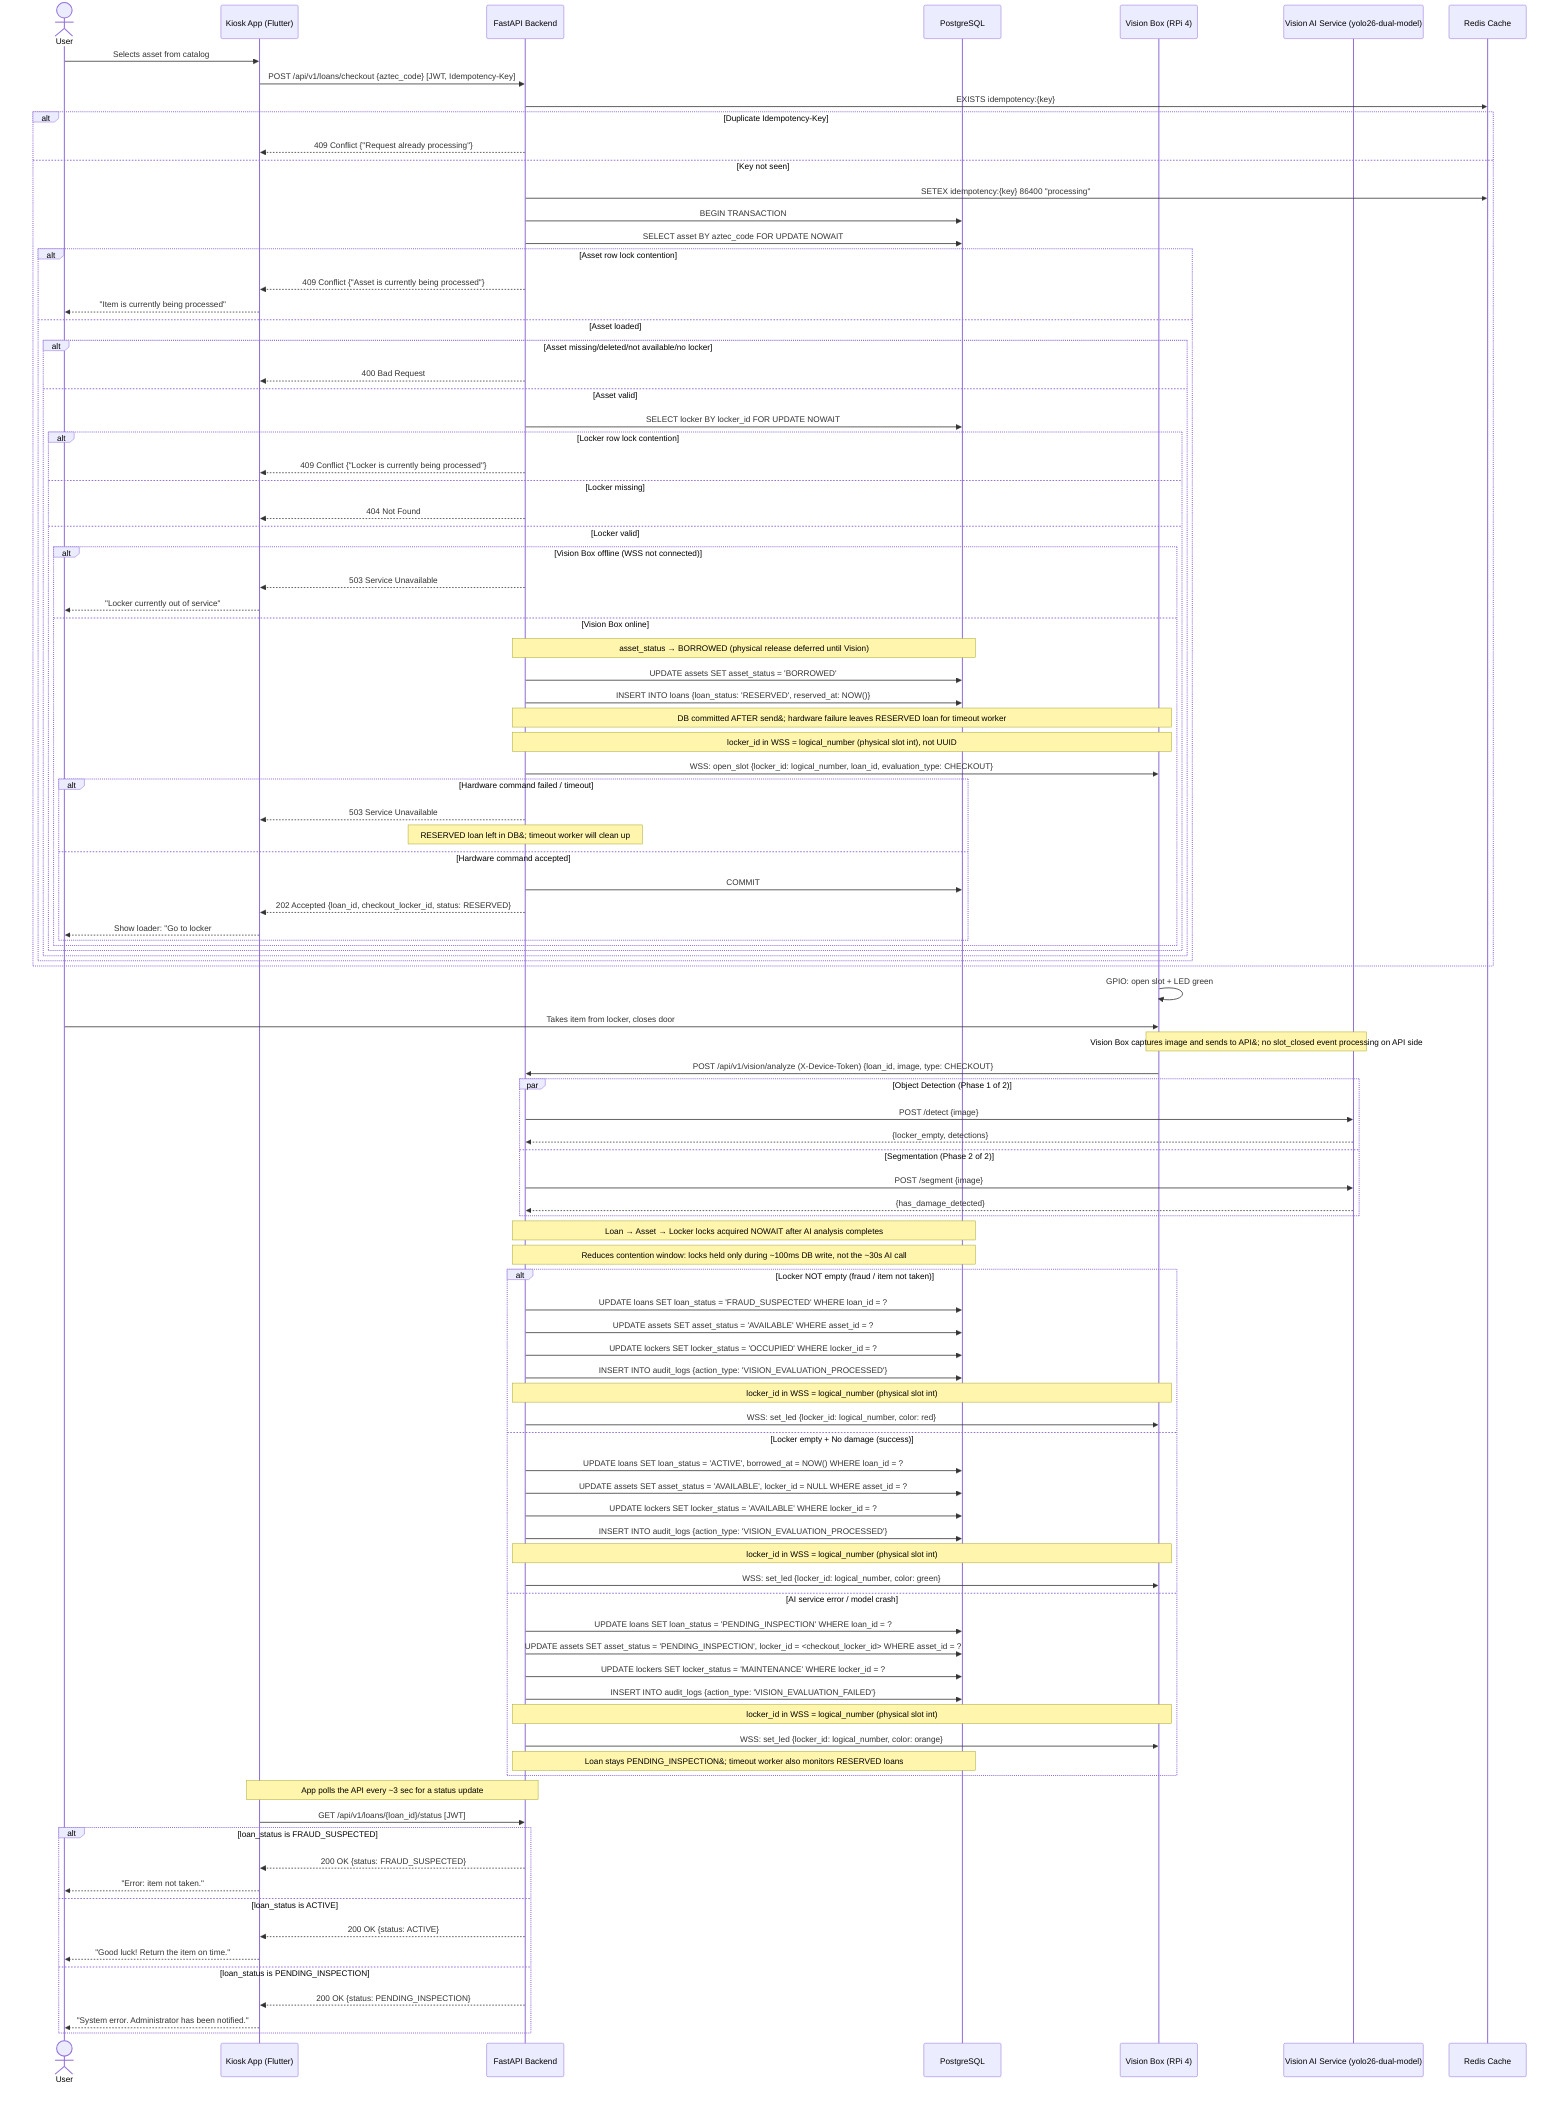
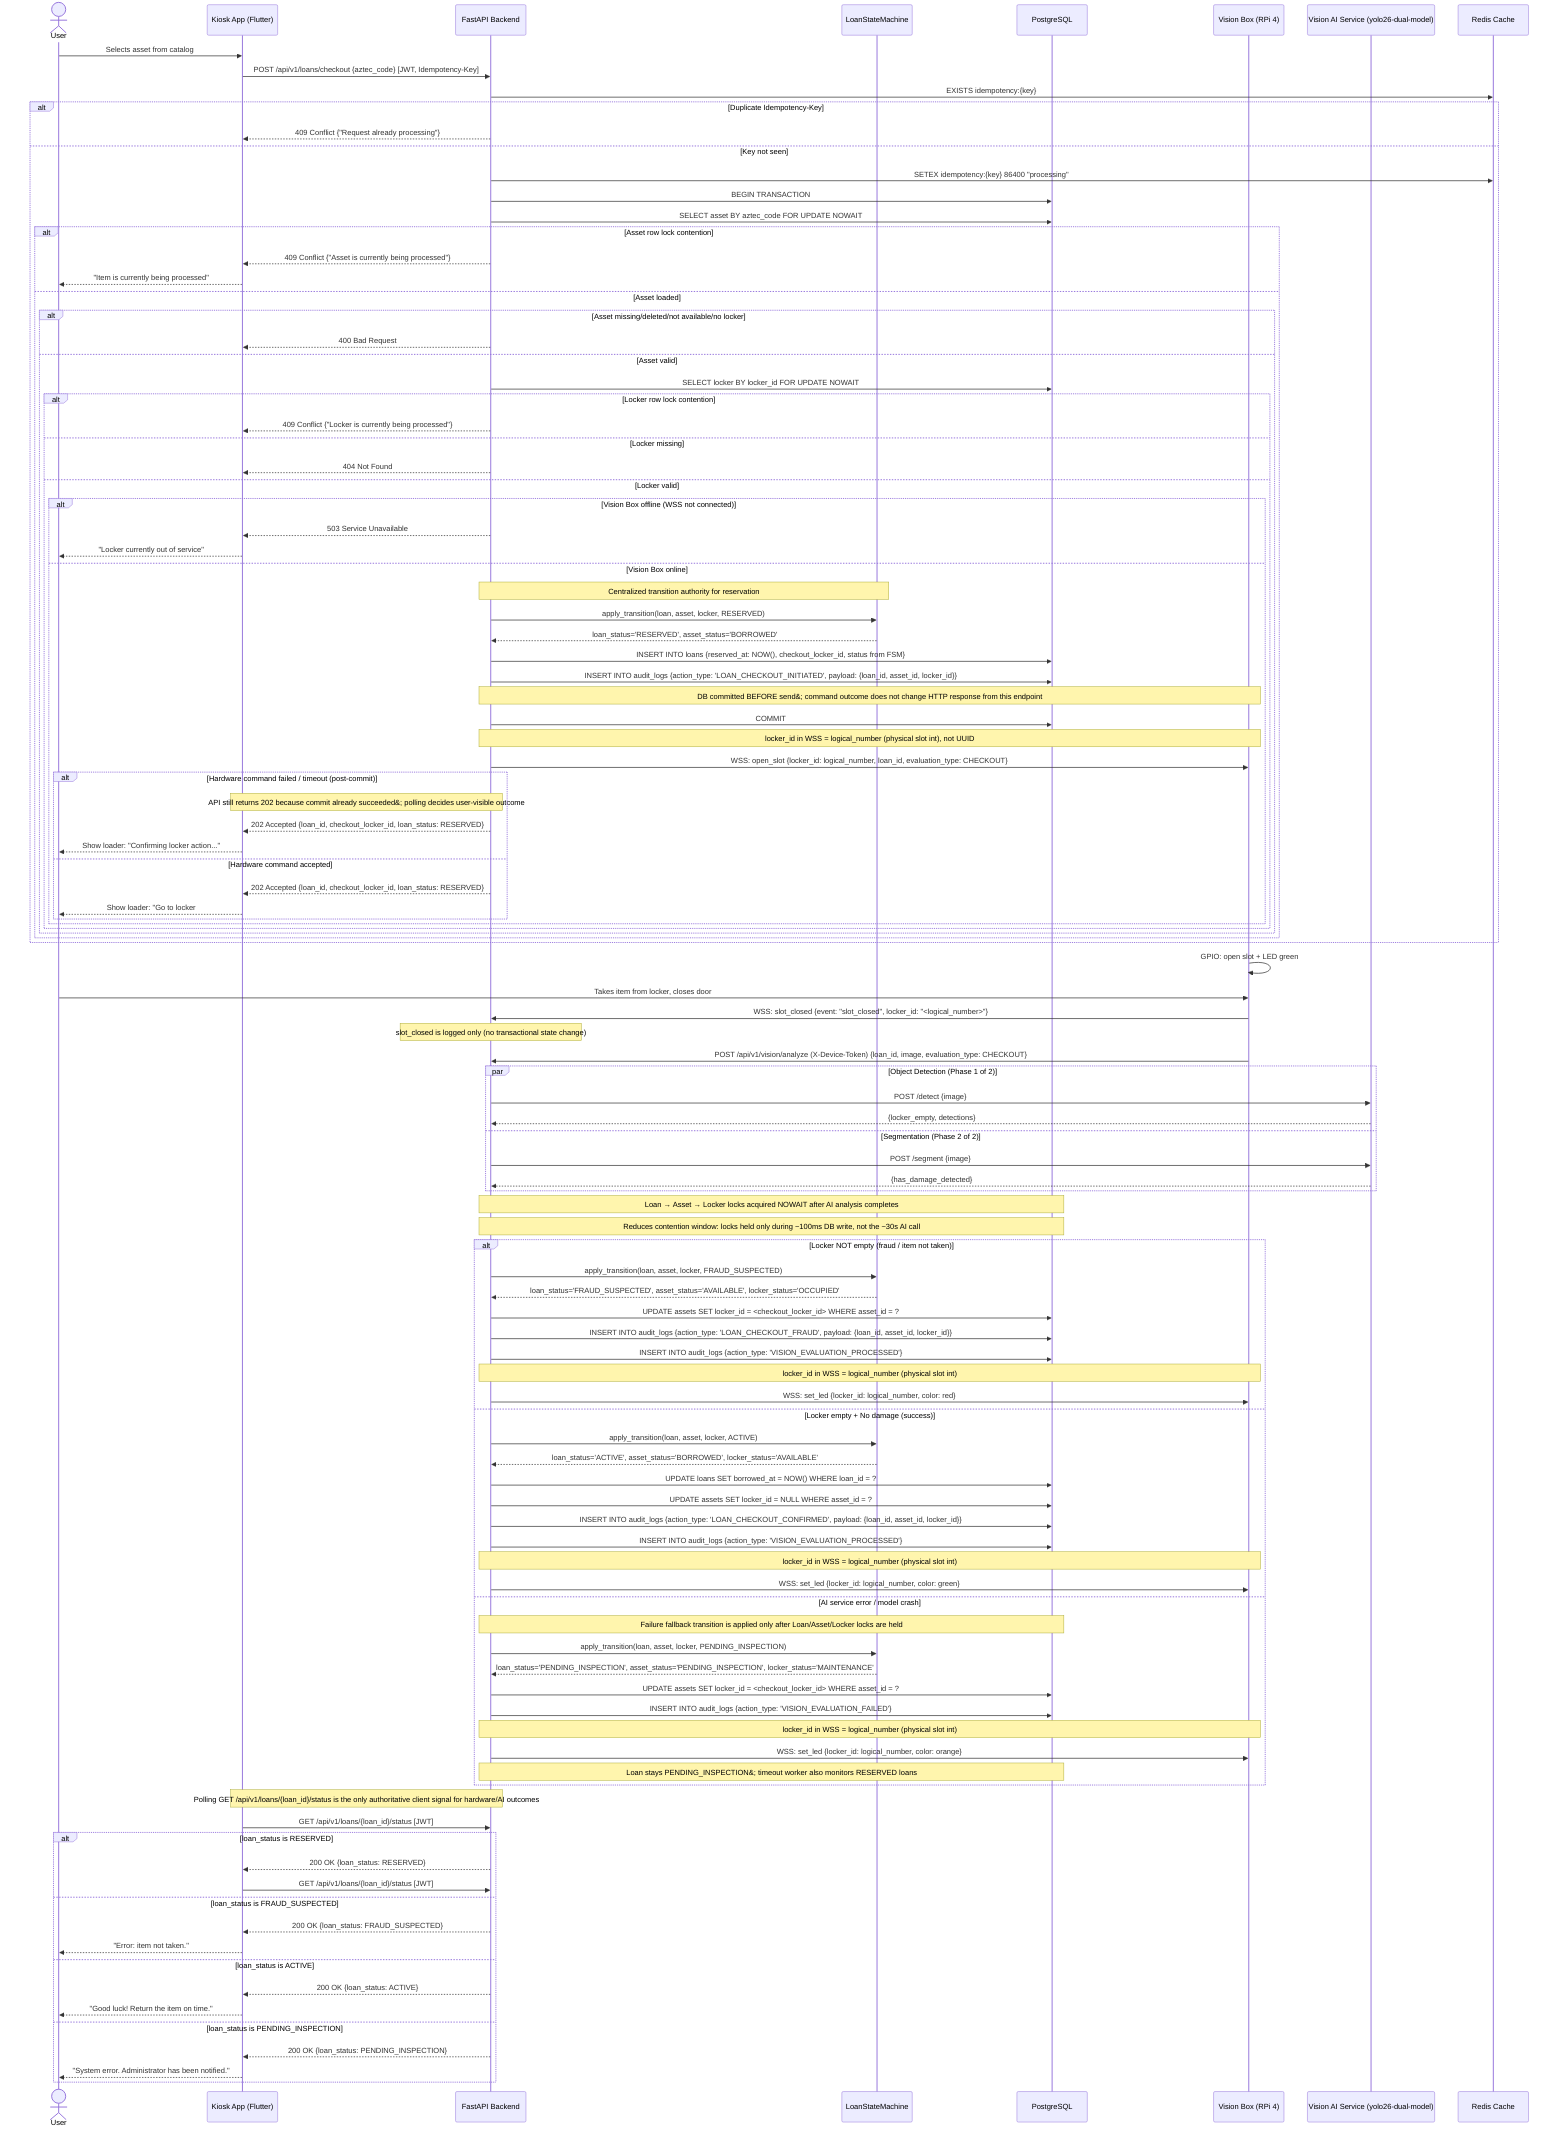
sequenceDiagram
    actor User as User
    participant App as Kiosk App (Flutter)
    participant API as FastAPI Backend
+     participant FSM as LoanStateMachine
    participant DB as PostgreSQL
    participant VB as Vision Box (RPi 4)
    participant AI as Vision AI Service (yolo26-dual-model)
    participant Redis as Redis Cache

    User->>App: Selects asset from catalog
    App->>API: POST /api/v1/loans/checkout {aztec_code} [JWT, Idempotency-Key]

    API->>Redis: EXISTS idempotency:{key}
    alt Duplicate Idempotency-Key
        API-->>App: 409 Conflict {"Request already processing"}
    else Key not seen
        API->>Redis: SETEX idempotency:{key} 86400 "processing"

        %% Phase 1: Validate and reserve (row locks acquired NOWAIT)
        API->>DB: BEGIN TRANSACTION
        API->>DB: SELECT asset BY aztec_code FOR UPDATE NOWAIT

        alt Asset row lock contention
            API-->>App: 409 Conflict {"Asset is currently being processed"}
            App-->>User: "Item is currently being processed"
        else Asset loaded
            alt Asset missing/deleted/not available/no locker
                API-->>App: 400 Bad Request
            else Asset valid
                API->>DB: SELECT locker BY locker_id FOR UPDATE NOWAIT

                alt Locker row lock contention
                    API-->>App: 409 Conflict {"Locker is currently being processed"}
                else Locker missing
                    API-->>App: 404 Not Found
                else Locker valid
                    alt Vision Box offline (WSS not connected)
                        API-->>App: 503 Service Unavailable
                        App-->>User: "Locker currently out of service"
                    else Vision Box online
                        %% State mutations applied immediately
-                         Note over API,DB: asset_status → BORROWED (physical release deferred until Vision)
-                         API->>DB: UPDATE assets SET asset_status = 'BORROWED'
-                         API->>DB: INSERT INTO loans {loan_status: 'RESERVED', reserved_at: NOW()}
+                         Note over API,FSM: Centralized transition authority for reservation
+                         API->>FSM: apply_transition(loan, asset, locker, RESERVED)
+                         FSM-->>API: loan_status='RESERVED', asset_status='BORROWED'
+                         API->>DB: INSERT INTO loans {reserved_at: NOW(), checkout_locker_id, status from FSM}
+                         API->>DB: INSERT INTO audit_logs {action_type: 'LOAN_CHECKOUT_INITIATED', payload: {loan_id, asset_id, locker_id}}

-                         %% Hardware command sent BEFORE DB commit
-                         Note over API,VB: DB committed AFTER send&#59; hardware failure leaves RESERVED loan for timeout worker
+                         %% Hardware command sent AFTER DB commit
+                         Note over API,VB: DB committed BEFORE send&#59; command outcome does not change HTTP response from this endpoint
+                         API->>DB: COMMIT
+ 
                        Note over API,VB: locker_id in WSS = logical_number (physical slot int), not UUID
                        API->>VB: WSS: open_slot {locker_id: logical_number, loan_id, evaluation_type: CHECKOUT}

-                         alt Hardware command failed / timeout
-                             API-->>App: 503 Service Unavailable
-                             Note over API: RESERVED loan left in DB&#59; timeout worker will clean up
+                         alt Hardware command failed / timeout (post-commit)
+                             Note over API,App: API still returns 202 because commit already succeeded&#59; polling decides user-visible outcome
+                             API-->>App: 202 Accepted {loan_id, checkout_locker_id, loan_status: RESERVED}
+                             App-->>User: Show loader: "Confirming locker action..."
                        else Hardware command accepted
-                             API->>DB: COMMIT
-                             API-->>App: 202 Accepted {loan_id, checkout_locker_id, status: RESERVED}
+                             API-->>App: 202 Accepted {loan_id, checkout_locker_id, loan_status: RESERVED}
                            App-->>User: Show loader: "Go to locker #N"
                        end
                    end
                end
            end
        end
    end

    VB->>VB: GPIO: open slot + LED green
    User->>VB: Takes item from locker, closes door
+     VB->>API: WSS: slot_closed {event: "slot_closed", locker_id: "<logical_number>"}
+     Note over API: slot_closed is logged only (no transactional state change)

    %% Vision Box triggers AI analysis (M2M, no JWT)
-     Note over VB,AI: Vision Box captures image and sends to API&#59; no slot_closed event processing on API side
-     VB->>API: POST /api/v1/vision/analyze (X-Device-Token) {loan_id, image, type: CHECKOUT}
+     VB->>API: POST /api/v1/vision/analyze (X-Device-Token) {loan_id, image, evaluation_type: CHECKOUT}

    %% Phase 2: Vision AI analysis (row locks acquired AFTER analysis)
    par Object Detection (Phase 1 of 2)
        API->>AI: POST /detect {image}
        AI-->>API: {locker_empty, detections}
    and Segmentation (Phase 2 of 2)
        API->>AI: POST /segment {image}
        AI-->>API: {has_damage_detected}
    end

    Note over API,DB: Loan → Asset → Locker locks acquired NOWAIT after AI analysis completes
    Note over API,DB: Reduces contention window: locks held only during ~100ms DB write, not the ~30s AI call

    alt Locker NOT empty (fraud / item not taken)
-         API->>DB: UPDATE loans SET loan_status = 'FRAUD_SUSPECTED' WHERE loan_id = ?
-         API->>DB: UPDATE assets SET asset_status = 'AVAILABLE' WHERE asset_id = ?
-         API->>DB: UPDATE lockers SET locker_status = 'OCCUPIED' WHERE locker_id = ?
+         API->>FSM: apply_transition(loan, asset, locker, FRAUD_SUSPECTED)
+         FSM-->>API: loan_status='FRAUD_SUSPECTED', asset_status='AVAILABLE', locker_status='OCCUPIED'
+         API->>DB: UPDATE assets SET locker_id = <checkout_locker_id> WHERE asset_id = ?
+         API->>DB: INSERT INTO audit_logs {action_type: 'LOAN_CHECKOUT_FRAUD', payload: {loan_id, asset_id, locker_id}}
        API->>DB: INSERT INTO audit_logs {action_type: 'VISION_EVALUATION_PROCESSED'}
        Note over API,VB: locker_id in WSS = logical_number (physical slot int)
        API->>VB: WSS: set_led {locker_id: logical_number, color: red}
    else Locker empty + No damage (success)
-         API->>DB: UPDATE loans SET loan_status = 'ACTIVE', borrowed_at = NOW() WHERE loan_id = ?
-         API->>DB: UPDATE assets SET asset_status = 'AVAILABLE', locker_id = NULL WHERE asset_id = ?
-         API->>DB: UPDATE lockers SET locker_status = 'AVAILABLE' WHERE locker_id = ?
+         API->>FSM: apply_transition(loan, asset, locker, ACTIVE)
+         FSM-->>API: loan_status='ACTIVE', asset_status='BORROWED', locker_status='AVAILABLE'
+         API->>DB: UPDATE loans SET borrowed_at = NOW() WHERE loan_id = ?
+         API->>DB: UPDATE assets SET locker_id = NULL WHERE asset_id = ?
+         API->>DB: INSERT INTO audit_logs {action_type: 'LOAN_CHECKOUT_CONFIRMED', payload: {loan_id, asset_id, locker_id}}
        API->>DB: INSERT INTO audit_logs {action_type: 'VISION_EVALUATION_PROCESSED'}
        Note over API,VB: locker_id in WSS = logical_number (physical slot int)
        API->>VB: WSS: set_led {locker_id: logical_number, color: green}
    else AI service error / model crash
-         API->>DB: UPDATE loans SET loan_status = 'PENDING_INSPECTION' WHERE loan_id = ?
-         API->>DB: UPDATE assets SET asset_status = 'PENDING_INSPECTION', locker_id = <checkout_locker_id> WHERE asset_id = ?
-         API->>DB: UPDATE lockers SET locker_status = 'MAINTENANCE' WHERE locker_id = ?
+         Note over API,DB: Failure fallback transition is applied only after Loan/Asset/Locker locks are held
+         API->>FSM: apply_transition(loan, asset, locker, PENDING_INSPECTION)
+         FSM-->>API: loan_status='PENDING_INSPECTION', asset_status='PENDING_INSPECTION', locker_status='MAINTENANCE'
+         API->>DB: UPDATE assets SET locker_id = <checkout_locker_id> WHERE asset_id = ?
        API->>DB: INSERT INTO audit_logs {action_type: 'VISION_EVALUATION_FAILED'}
        Note over API,VB: locker_id in WSS = logical_number (physical slot int)
        API->>VB: WSS: set_led {locker_id: logical_number, color: orange}
        Note over API,DB: Loan stays PENDING_INSPECTION&#59; timeout worker also monitors RESERVED loans
    end

-     Note over App,API: App polls the API every ~3 sec for a status update
+     Note over App,API: Polling GET /api/v1/loans/{loan_id}/status is the only authoritative client signal for hardware/AI outcomes
    App->>API: GET /api/v1/loans/{loan_id}/status [JWT]
-     alt loan_status is FRAUD_SUSPECTED
-         API-->>App: 200 OK {status: FRAUD_SUSPECTED}
+     alt loan_status is RESERVED
+         API-->>App: 200 OK {loan_status: RESERVED}
+         App->>API: GET /api/v1/loans/{loan_id}/status [JWT]
+     else loan_status is FRAUD_SUSPECTED
+         API-->>App: 200 OK {loan_status: FRAUD_SUSPECTED}
        App-->>User: "Error: item not taken."
    else loan_status is ACTIVE
-         API-->>App: 200 OK {status: ACTIVE}
+         API-->>App: 200 OK {loan_status: ACTIVE}
        App-->>User: "Good luck! Return the item on time."
    else loan_status is PENDING_INSPECTION
-         API-->>App: 200 OK {status: PENDING_INSPECTION}
+         API-->>App: 200 OK {loan_status: PENDING_INSPECTION}
        App-->>User: "System error. Administrator has been notified."
-     end+     end
